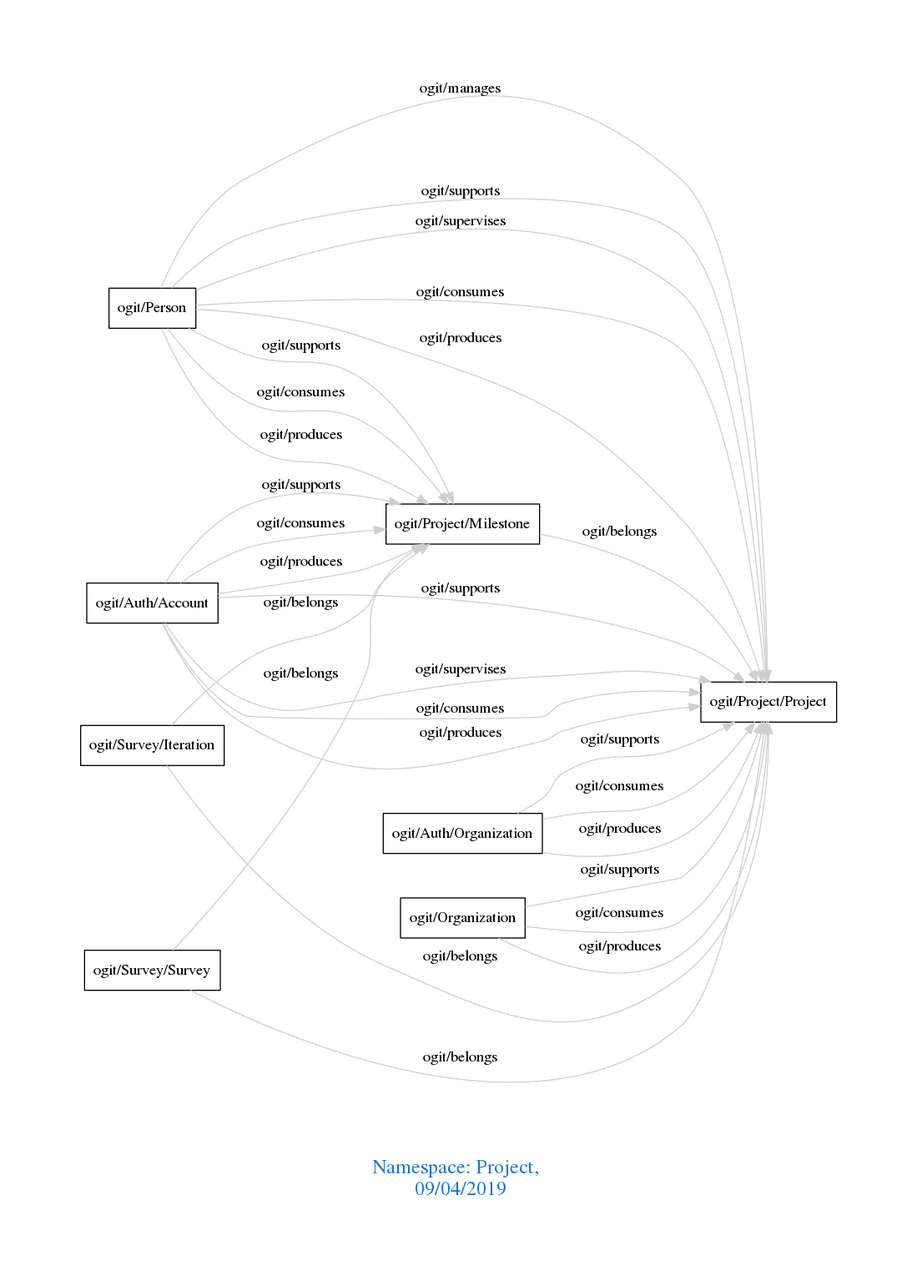
Earlier version of the Graphviz export downloads/Project.png (arago/OGIT). Its source is kept beside it as downloads/Project.dot.
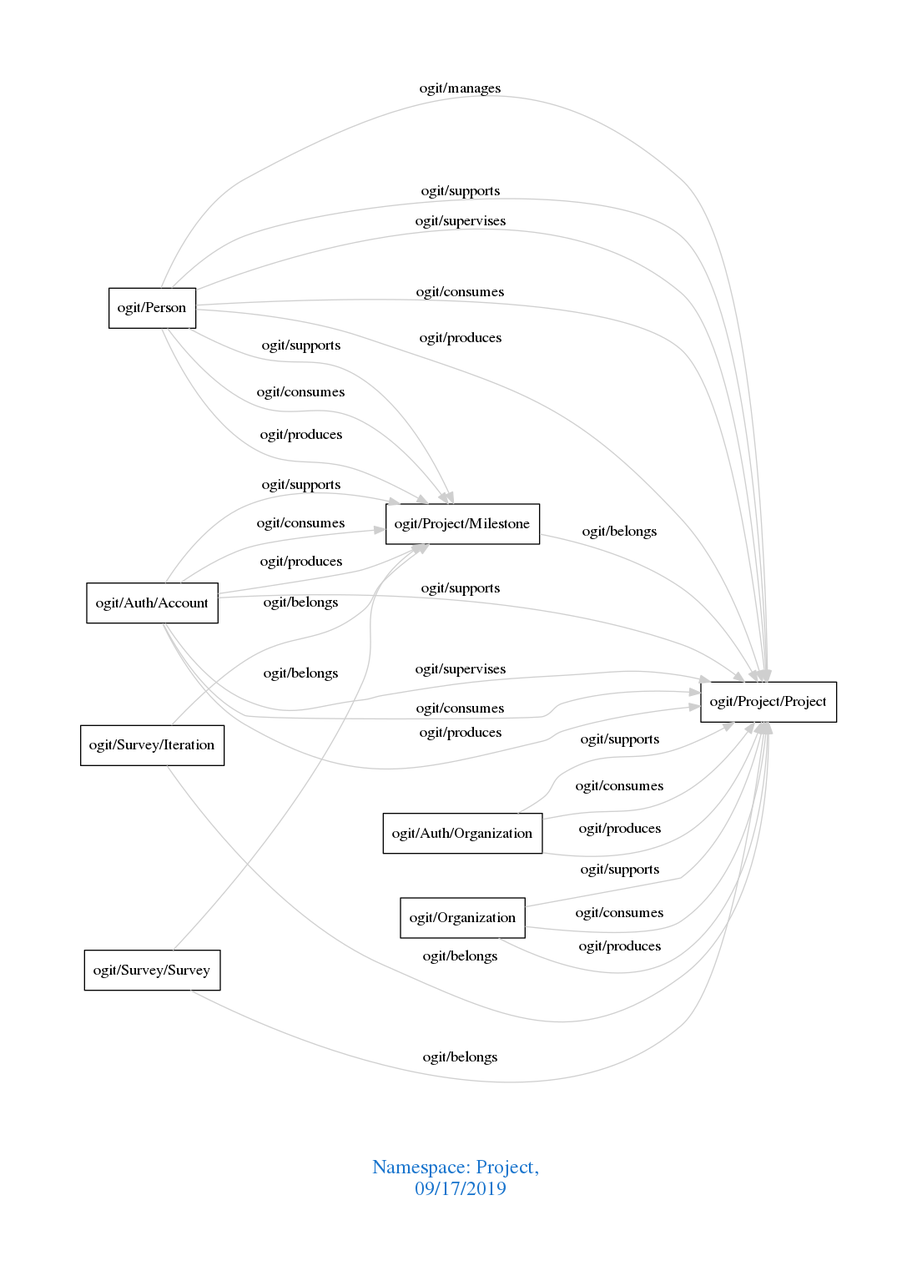
After the change.

The edit, as a diff of the source:
```diff
@@ -1,7 +1,7 @@
 digraph OGIT_ontology {
  graph [ rankdir= LR,pad=1
 fontsize = 18,
-fontcolor= dodgerblue3,label = "\n\n\nNamespace: Project, \n 09/04/2019"];
+fontcolor= dodgerblue3,label = "\n\n\nNamespace: Project, \n 09/17/2019"];
 node[shape=polygon];
 edge [  color="gray81"];
 
```
